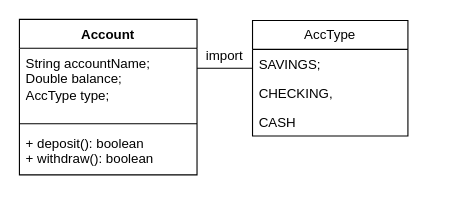
This is appfinances/src/UML/ClassDiagram.drawio from LucasIbargoyen/app-finances-repository, a draw.io file, before an edit. Source tidied: cells renumbered, new cells numbered last; positions are measured from the earlier drawing's top-left corner, leaving out a move shared by most shapes. Both pictures are drawn from the tidied source at 111%, with x=0, y=0 at pixel (19, 19).
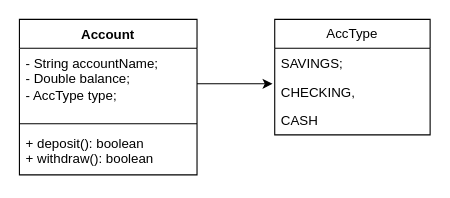
After the change.

What changed in the source:
```diff
@@
 <mxGraphModel>
   <root>
     <mxCell id="0" />
     <mxCell id="1" parent="0" />
     <mxCell id="2" value="&lt;div&gt;Account&lt;/div&gt;" style="swimlane;fontStyle=1;align=center;verticalAlign=top;horizontal=1;startSize=26;whiteSpace=wrap;html=1;" parent="1" vertex="1">
       <mxGeometry width="160" height="140" as="geometry" />
     </mxCell>
-    <mxCell id="3" value="&lt;div&gt;String accountName;&lt;/div&gt;&lt;div&gt;Double balance;&lt;/div&gt;&lt;div&gt;AccType type;&lt;/div&gt;&lt;div&gt;&lt;br&gt;&lt;/div&gt;" style="text;strokeColor=none;fillColor=none;align=left;verticalAlign=top;spacingLeft=4;spacingRight=4;overflow=hidden;points=[[0,0.5],[1,0.5]];portConstraint=eastwest;whiteSpace=wrap;html=1;" parent="2" vertex="1">
+    <mxCell id="3" value="&lt;div&gt;- String accountName;&lt;/div&gt;&lt;div&gt;- Double balance;&lt;/div&gt;&lt;div&gt;- AccType type;&lt;/div&gt;&lt;div&gt;&lt;br&gt;&lt;/div&gt;" style="text;strokeColor=none;fillColor=none;align=left;verticalAlign=top;spacingLeft=4;spacingRight=4;overflow=hidden;points=[[0,0.5],[1,0.5]];portConstraint=eastwest;whiteSpace=wrap;html=1;" parent="2" vertex="1">
       <mxGeometry y="26" width="160" height="64" as="geometry" />
     </mxCell>
     <mxCell id="4" style="line;strokeWidth=1;fillColor=none;align=left;verticalAlign=middle;spacingTop=-1;spacingLeft=3;spacingRight=3;labelPosition=right;strokeColor=inherit;" parent="2" vertex="1">
       <mxGeometry y="90" width="160" height="8" as="geometry" />
     </mxCell>
     <mxCell id="5" value="&lt;div&gt;+ deposit(): boolean&lt;/div&gt;&lt;div&gt;+ withdraw(): boolean&lt;/div&gt;" style="text;strokeColor=none;fillColor=none;align=left;verticalAlign=top;spacingLeft=4;spacingRight=4;overflow=hidden;whiteSpace=wrap;html=1;" parent="2" vertex="1">
       <mxGeometry y="98" width="160" height="42" as="geometry" />
     </mxCell>
     <mxCell id="6" value="AccType" style="swimlane;fontStyle=0;horizontal=1;startSize=26;fillColor=none;whiteSpace=wrap;html=1;" parent="1" vertex="1">
-      <mxGeometry x="210" y="1" width="140" height="104" as="geometry" />
+      <mxGeometry x="230" width="140" height="104" as="geometry" />
     </mxCell>
     <mxCell id="7" value="SAVINGS;" style="text;strokeColor=none;fillColor=none;align=left;verticalAlign=top;spacingLeft=4;spacingRight=4;overflow=hidden;whiteSpace=wrap;html=1;" parent="6" vertex="1">
       <mxGeometry y="26" width="140" height="26" as="geometry" />
     </mxCell>
     <mxCell id="8" value="&lt;div&gt;CHECKING,&lt;/div&gt;" style="text;strokeColor=none;fillColor=none;align=left;verticalAlign=top;spacingLeft=4;spacingRight=4;overflow=hidden;points=[[0,0.5],[1,0.5]];portConstraint=eastwest;whiteSpace=wrap;html=1;" parent="6" vertex="1">
       <mxGeometry y="52" width="140" height="26" as="geometry" />
     </mxCell>
     <mxCell id="9" value="&lt;div&gt;CASH&lt;/div&gt;" style="text;strokeColor=none;fillColor=none;align=left;verticalAlign=top;spacingLeft=4;spacingRight=4;overflow=hidden;whiteSpace=wrap;html=1;" parent="6" vertex="1">
       <mxGeometry y="78" width="140" height="26" as="geometry" />
     </mxCell>
-    <mxCell id="10" style="line;strokeWidth=1;fillColor=none;align=left;verticalAlign=middle;spacingTop=-1;spacingLeft=3;spacingRight=3;labelPosition=right;strokeColor=inherit;" parent="1" vertex="1">
-      <mxGeometry x="160" y="40" width="50" height="8" as="geometry" />
-    </mxCell>
-    <mxCell id="11" value="import" style="text;html=1;whiteSpace=wrap;strokeColor=none;fillColor=none;align=center;verticalAlign=middle;rounded=0;" parent="1" vertex="1">
-      <mxGeometry x="155" y="18" width="60" height="30" as="geometry" />
-    </mxCell>
+    <mxCell id="12" style="edgeStyle=orthogonalEdgeStyle;rounded=0;jettySize=auto;html=1;entryX=-0.014;entryY=0.231;entryDx=0;entryDy=0;entryPerimeter=0;" parent="1" edge="1" source="3" target="8">
+      <mxGeometry relative="1" as="geometry" />
+    </mxCell>
   </root>
 </mxGraphModel>
```
